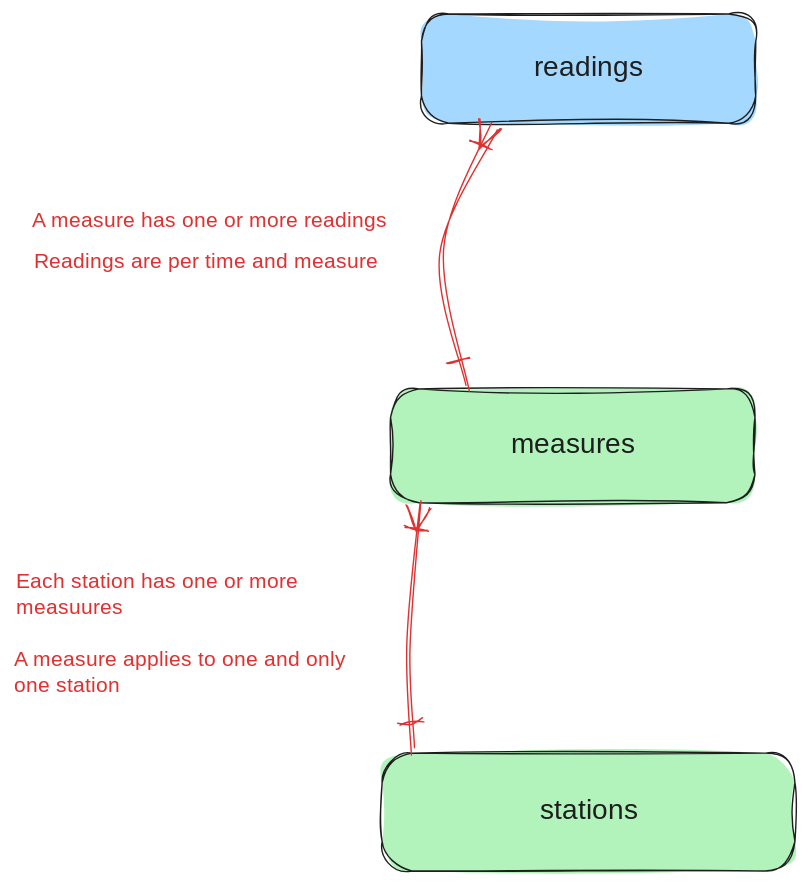
This is static/images/2025/03/relationships.excalidraw.svg from rmoff/rmoff-blog, a Excalidraw export, as it was before one commit. Source tidied: one line per element, renumbered; positions are measured from the earlier drawing's top-left corner, leaving out a move shared by most shapes.
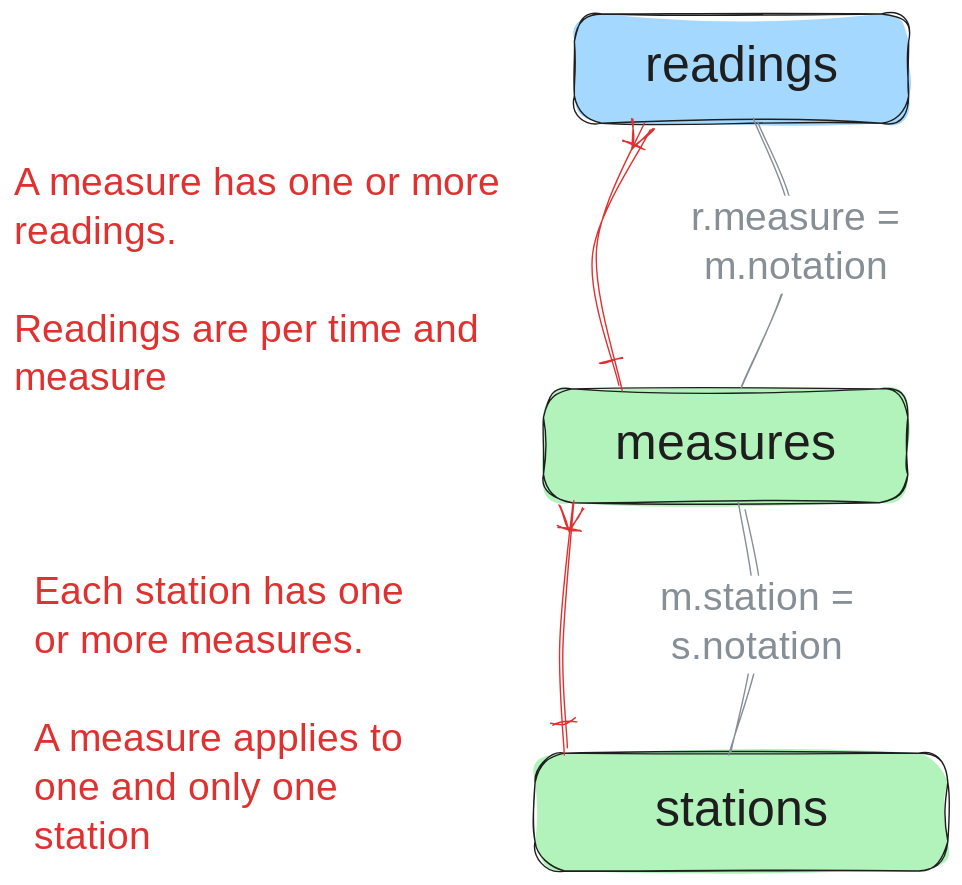
The same diagram one commit later.

What changed in the source:
```diff
@@ -1,12 +1,14 @@
-{"id": 0, "type": "rectangle", "strokeColor": "#1e1e1e", "backgroundColor": "#b2f2bb", "fillStyle": "solid", "strokeWidth": 1, "roughness": 2, "round": true, "x": 263, "y": 528, "width": 295, "height": 84}
+{"id": 0, "type": "rectangle", "strokeColor": "#1e1e1e", "backgroundColor": "#b2f2bb", "fillStyle": "solid", "strokeWidth": 1, "roughness": 2, "round": true, "x": 304, "y": -472, "width": 295, "height": 84}
-{"id": 1, "type": "text", "text": "stations", "strokeColor": "#1e1e1e", "strokeWidth": 2, "roughness": 1, "fontSize": 20, "fontFamily": 5, "textAlign": "center", "verticalAlign": "middle", "inside": 0, "x": 369, "y": 558, "width": 83, "height": 25}
+{"id": 1, "type": "text", "text": "stations", "strokeColor": "#1e1e1e", "strokeWidth": 2, "roughness": 1, "fontSize": 36, "fontFamily": 5, "textAlign": "center", "verticalAlign": "middle", "inside": 0, "x": 377, "y": -452, "width": 149, "height": 45}
-{"id": 2, "type": "rectangle", "strokeColor": "#1e1e1e", "backgroundColor": "#b2f2bb", "fillStyle": "solid", "strokeWidth": 1, "roughness": 2, "round": true, "x": 269, "y": 268, "width": 260, "height": 81}
+{"id": 2, "type": "rectangle", "strokeColor": "#1e1e1e", "backgroundColor": "#b2f2bb", "fillStyle": "solid", "strokeWidth": 1, "roughness": 2, "round": true, "x": 310, "y": -732, "width": 260, "height": 81}
-{"id": 3, "type": "text", "text": "measures", "strokeColor": "#1e1e1e", "strokeWidth": 2, "roughness": 1, "fontSize": 20, "fontFamily": 5, "textAlign": "center", "verticalAlign": "middle", "inside": 2, "x": 356, "y": 296, "width": 87, "height": 25}
+{"id": 3, "type": "text", "text": "measures", "strokeColor": "#1e1e1e", "strokeWidth": 2, "roughness": 1, "fontSize": 36, "fontFamily": 5, "textAlign": "center", "verticalAlign": "middle", "inside": 2, "x": 362, "y": -714, "width": 156, "height": 45}
-{"id": 4, "type": "rectangle", "strokeColor": "#1e1e1e", "backgroundColor": "#a5d8ff", "fillStyle": "solid", "strokeWidth": 1, "roughness": 2, "round": true, "x": 291, "y": 0, "width": 239, "height": 78}
+{"id": 4, "type": "rectangle", "strokeColor": "#1e1e1e", "backgroundColor": "#a5d8ff", "fillStyle": "solid", "strokeWidth": 1, "roughness": 2, "round": true, "x": 332, "y": -1000, "width": 239, "height": 78}
-{"id": 5, "type": "text", "text": "readings", "strokeColor": "#1e1e1e", "strokeWidth": 2, "roughness": 1, "fontSize": 20, "fontFamily": 5, "textAlign": "center", "verticalAlign": "middle", "inside": 4, "x": 371, "y": 27, "width": 80, "height": 25}
+{"id": 5, "type": "text", "text": "readings", "strokeColor": "#1e1e1e", "strokeWidth": 2, "roughness": 1, "fontSize": 36, "fontFamily": 5, "textAlign": "center", "verticalAlign": "middle", "inside": 4, "x": 380, "y": -983, "width": 143, "height": 45}
+{"id": 12, "type": "arrow", "strokeColor": "#868e96", "backgroundColor": "#a5d8ff", "fillStyle": "solid", "strokeWidth": 1, "roughness": 2, "round": true, "from": 2, "to": 0, "x": 450, "y": -650, "width": 19, "height": 178, "points": [[0, 0], [13, 86], [-6, 178]]}
+{"id": 13, "type": "text", "text": "m.station =\ns.notation", "strokeColor": "#868e96", "backgroundColor": "#a5d8ff", "fillStyle": "solid", "strokeWidth": 1, "roughness": 2, "fontSize": 28, "fontFamily": 8, "textAlign": "center", "verticalAlign": "middle", "inside": 12, "x": 337, "y": 401, "width": 169, "height": 70}
+{"id": 14, "type": "arrow", "strokeColor": "#868e96", "backgroundColor": "#a5d8ff", "fillStyle": "solid", "strokeWidth": 1, "roughness": 2, "round": true, "from": 4, "to": 2, "x": 463, "y": -922, "width": 41, "height": 189, "points": [[0, 0], [27, 87], [-14, 189]]}
+{"id": 15, "type": "text", "text": "r.measure =\nm.notation", "strokeColor": "#868e96", "backgroundColor": "#a5d8ff", "fillStyle": "solid", "strokeWidth": 1, "roughness": 2, "fontSize": 28, "fontFamily": 8, "textAlign": "center", "verticalAlign": "middle", "inside": 14, "x": 365, "y": 130, "width": 169, "height": 70}
-{"id": 6, "type": "arrow", "strokeColor": "#e03131", "backgroundColor": "#a5d8ff", "fillStyle": "solid", "strokeWidth": 1, "roughness": 2, "startArrowhead": "crowfoot_one", "endArrowhead": "crowfoot_one_or_many", "round": true, "from": 0, "to": 2, "x": 284, "y": 526, "width": 6, "height": 177, "points": [[0, 0], [-1, -74], [5, -177]]}
+{"id": 6, "type": "arrow", "strokeColor": "#e03131", "backgroundColor": "#a5d8ff", "fillStyle": "solid", "strokeWidth": 1, "roughness": 2, "startArrowhead": "crowfoot_one", "endArrowhead": "crowfoot_one_or_many", "round": true, "from": 0, "to": 2, "x": 325, "y": -474, "width": 6, "height": 177, "points": [[0, 0], [-1, -74], [5, -177]]}
-{"id": 7, "type": "arrow", "strokeColor": "#e03131", "backgroundColor": "#a5d8ff", "fillStyle": "solid", "strokeWidth": 1, "roughness": 2, "startArrowhead": "crowfoot_one_or_many", "endArrowhead": "crowfoot_one", "round": true, "from": 4, "to": 2, "x": 344, "y": 79, "width": 36, "height": 188, "points": [[0, 0], [-36, 88], [-17, 188]]}
+{"id": 7, "type": "arrow", "strokeColor": "#e03131", "backgroundColor": "#a5d8ff", "fillStyle": "solid", "strokeWidth": 1, "roughness": 2, "startArrowhead": "crowfoot_one_or_many", "endArrowhead": "crowfoot_one", "round": true, "from": 4, "to": 2, "x": 385, "y": -921, "width": 36, "height": 188, "points": [[0, 0], [-36, 88], [-17, 188]]}
-{"id": 8, "type": "text", "text": "Readings are per time and measure", "strokeColor": "#e03131", "backgroundColor": "#b2f2bb", "fillStyle": "cross-hatch", "strokeWidth": 4, "roughness": 2, "fontSize": 14.9, "fontFamily": 8, "x": 15, "y": 168, "width": 270, "height": 19}
-{"id": 9, "type": "text", "text": "A measure applies to one and only\none station", "strokeColor": "#e03131", "backgroundColor": "#b2f2bb", "fillStyle": "cross-hatch", "strokeWidth": 4, "roughness": 2, "fontSize": 14.9, "fontFamily": 8, "x": 0, "y": 453, "width": 299, "height": 37}
-{"id": 10, "type": "text", "text": "A measure has one or more readings", "strokeColor": "#e03131", "backgroundColor": "#b2f2bb", "fillStyle": "cross-hatch", "strokeWidth": 4, "roughness": 2, "fontSize": 14.9, "fontFamily": 8, "x": 13, "y": 139, "width": 284, "height": 19}
+{"id": 10, "type": "text", "text": "A measure has one or more\nreadings.\n\nReadings are per time and\nmeasure", "strokeColor": "#e03131", "backgroundColor": "#b2f2bb", "fillStyle": "cross-hatch", "strokeWidth": 4, "roughness": 2, "fontSize": 28, "fontFamily": 8, "x": -68, "y": -895, "width": 396, "height": 175}
-{"id": 11, "type": "text", "text": "Each station has one or more\nmeasuures", "strokeColor": "#e03131", "backgroundColor": "#b2f2bb", "fillStyle": "cross-hatch", "strokeWidth": 4, "roughness": 2, "fontSize": 14.9, "fontFamily": 8, "x": 1, "y": 397, "width": 240, "height": 37}
+{"id": 11, "type": "text", "text": "Each station has one\nor more measures.\n\nA measure applies to\none and only one\nstation", "strokeColor": "#e03131", "backgroundColor": "#b2f2bb", "fillStyle": "cross-hatch", "strokeWidth": 4, "roughness": 2, "fontSize": 28, "fontFamily": 8, "x": -54, "y": -603, "width": 337, "height": 210}
```
